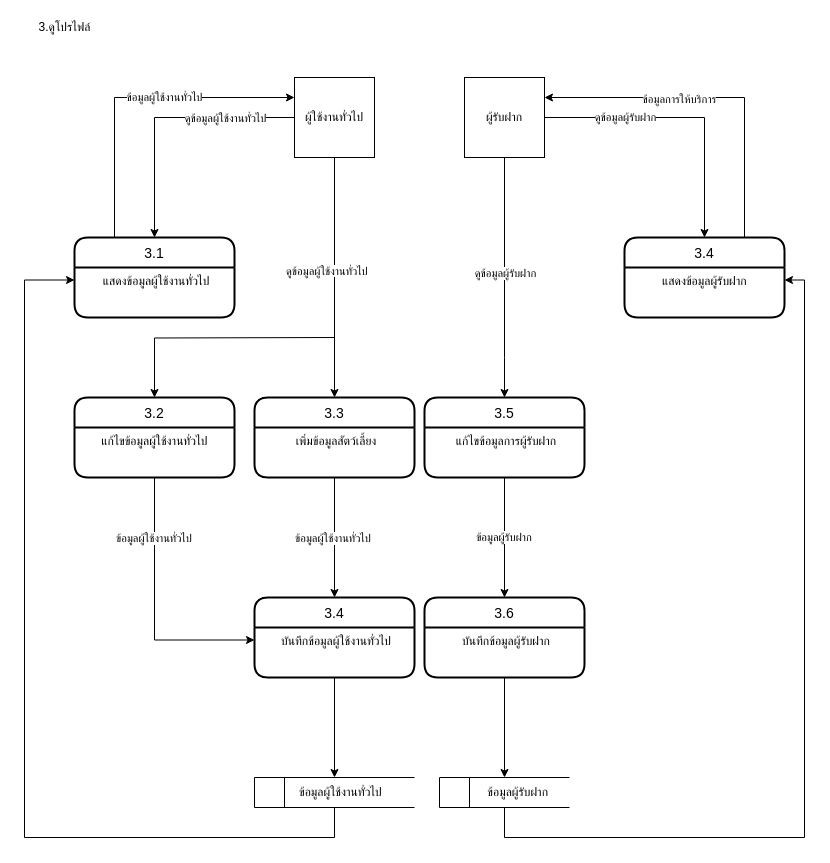
The draw.io diagram page "process3" (7 of 13) of ProjectProcesses/HostDog_5DFD/dfd.drawio in Hostdogs/Project_Hostdog, before the edit. Source tidied: cells renumbered, new cells numbered last; positions are measured from the earlier drawing's top-left corner, leaving out a move shared by most shapes. Both pictures are drawn from the tidied source at 100%, with x=0, y=0 at pixel (24, 17).
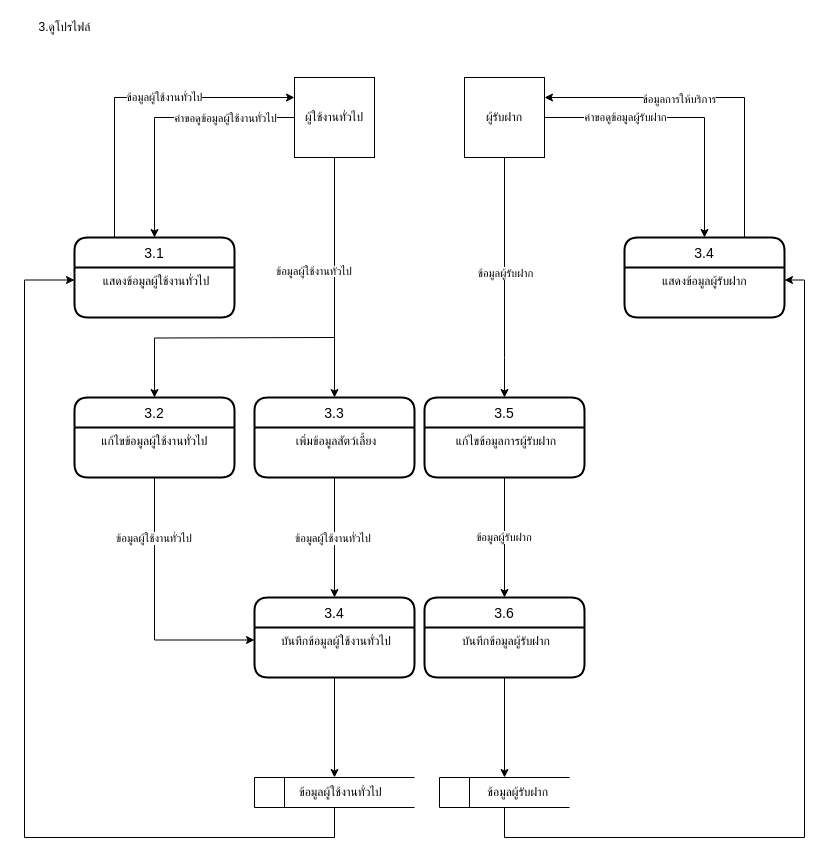
Above is the later version.

The change refers to these unchanged cells:
```xml
<mxCell id="2" style="edgeStyle=orthogonalEdgeStyle;rounded=0;jettySize=auto;html=1;entryX=0.5;entryY=0;entryDx=0;entryDy=0;exitX=0;exitY=0.5;exitDx=0;exitDy=0;" parent="1" edge="1" source="15" target="6">
  <mxGeometry relative="1" as="geometry" />
</mxCell>
<mxCell id="11" style="edgeStyle=orthogonalEdgeStyle;rounded=0;jettySize=auto;html=1;entryX=0.5;entryY=0;entryDx=0;entryDy=0;" parent="1" edge="1" source="13" target="18">
  <mxGeometry relative="1" as="geometry">
    <Array as="points">
      <mxPoint x="680" y="100" />
    </Array>
  </mxGeometry>
</mxCell>
<mxCell id="34" style="edgeStyle=orthogonalEdgeStyle;rounded=0;jettySize=auto;html=1;entryX=0.5;entryY=0;entryDx=0;entryDy=0;" parent="1" edge="1" source="13" target="23">
  <mxGeometry relative="1" as="geometry">
    <Array as="points">
      <mxPoint x="480" y="340" />
      <mxPoint x="480" y="340" />
    </Array>
  </mxGeometry>
</mxCell>
```

The edit, as a diff of the source:
```diff
@@
-    <mxCell id="3" value="ดูข้อมูลผู้ใช้งานทั่วไป" style="edgeLabel;html=1;align=center;verticalAlign=middle;" parent="2" vertex="1">
+    <mxCell id="3" value="คำขอดูข้อมูลผู้ใช้งานทั่วไป" style="edgeLabel;html=1;align=center;verticalAlign=middle;" parent="2" vertex="1">
       <mxGeometry x="-0.21" relative="1" as="geometry">
         <mxPoint x="33.5" as="offset" />
       </mxGeometry>
     </mxCell>
@@
-    <mxCell id="12" value="ดูข้อมูลผู้รับฝาก" style="edgeLabel;html=1;align=center;verticalAlign=middle;" parent="11" vertex="1">
+    <mxCell id="12" value="คำขอดูข้อมูลผู้รับฝาก" style="edgeLabel;html=1;align=center;verticalAlign=middle;" parent="11" vertex="1">
       <mxGeometry x="-0.14" relative="1" as="geometry">
         <mxPoint x="-40" y="-0.1" as="offset" />
       </mxGeometry>
     </mxCell>
@@
-    <mxCell id="35" value="ดูข้อมูลผู้รับฝาก" style="edgeLabel;html=1;align=center;verticalAlign=middle;" parent="34" vertex="1">
+    <mxCell id="35" value="ข้อมูลผู้รับฝาก" style="edgeLabel;html=1;align=center;verticalAlign=middle;" parent="34" vertex="1">
       <mxGeometry x="0.3" y="-1" relative="1" as="geometry">
         <mxPoint x="1" y="-40.3" as="offset" />
       </mxGeometry>
     </mxCell>
-    <mxCell id="36" value="&lt;span style=&quot;color: rgb(0 , 0 , 0) ; font-family: &amp;#34;helvetica&amp;#34; ; font-size: 11px ; font-style: normal ; font-weight: 400 ; letter-spacing: normal ; text-align: center ; text-indent: 0px ; text-transform: none ; word-spacing: 0px ; background-color: rgb(255 , 255 , 255) ; display: inline ; float: none&quot;&gt;ดูข้อมูลผู้ใช้งานทั่วไป&lt;/span&gt;" style="text;whiteSpace=wrap;html=1;" parent="1" vertex="1">
-      <mxGeometry x="260" y="240" width="110" height="30" as="geometry" />
+    <mxCell id="36" value="&lt;span style=&quot;color: rgb(0 , 0 , 0) ; font-family: &amp;#34;helvetica&amp;#34; ; font-size: 11px ; font-style: normal ; font-weight: 400 ; letter-spacing: normal ; text-align: center ; text-indent: 0px ; text-transform: none ; word-spacing: 0px ; background-color: rgb(255 , 255 , 255) ; display: inline ; float: none&quot;&gt;ข้อมูลผู้ใช้งานทั่วไป&lt;/span&gt;" style="text;whiteSpace=wrap;html=1;" parent="1" vertex="1">
+      <mxGeometry x="250" y="240" width="130" height="30" as="geometry" />
     </mxCell>
```
